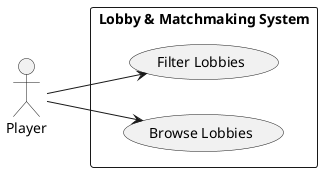
hiimghostine/darknet-duel keeps this PlantUML diagram as documentation/new-docs/diagrams/module2/transaction2_1_usecase.png. Above is the earlier version. The source it was exported from:
```plantuml
@startuml
left to right direction
actor "Player" as Player
rectangle "Lobby & Matchmaking System" {
  usecase "Browse Lobbies" as UC2_1A
  usecase "Filter Lobbies" as UC2_1B
}
Player --> UC2_1A
Player --> UC2_1B
@enduml
```
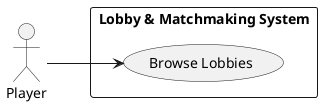
The same diagram one commit later.

Change to the diagram source:
```diff
@@ -3,8 +3,6 @@
 actor "Player" as Player
 rectangle "Lobby & Matchmaking System" {
   usecase "Browse Lobbies" as UC2_1A
-  usecase "Filter Lobbies" as UC2_1B
 }
 Player --> UC2_1A
-Player --> UC2_1B
 @enduml
```
